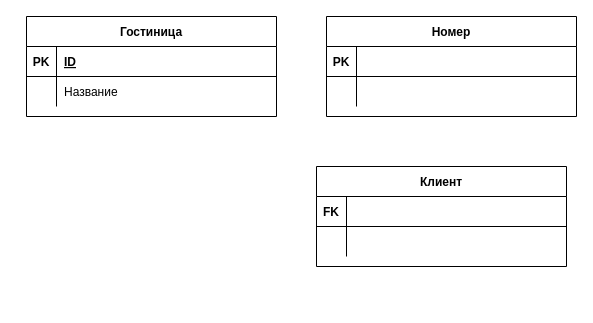
Above: Диаграмма без названия.drawio in Kolyan4ik228/Kolyan4ik228 (draw.io), before the change. Source tidied: cells renumbered, new cells numbered last; positions are measured from the earlier drawing's top-left corner, leaving out a move shared by most shapes. Both pictures are drawn from the tidied source at 100%, with x=0, y=0 at pixel (26, 16).
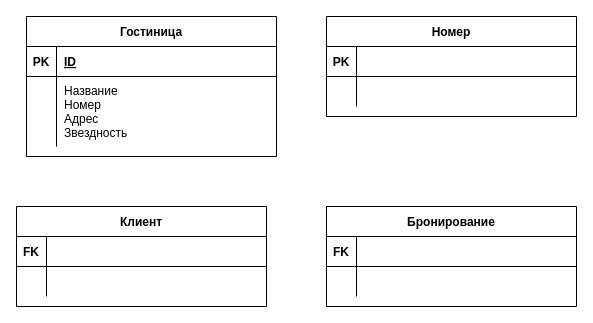
The same page after the edit.

What changed in the source:
```diff
@@
     <mxCell id="2" value="Гостиница" style="shape=table;startSize=30;childLayout=tableLayout;rowLines=0;fontStyle=1;align=center;" parent="1" vertex="1">
-      <mxGeometry width="250" height="100" as="geometry" />
+      <mxGeometry width="250" height="140" as="geometry" />
     </mxCell>
@@
     <mxCell id="6" style="shape=partialRectangle;fillColor=none;top=0;left=0;right=0;bottom=0;" parent="2" vertex="1">
-      <mxGeometry y="60" width="250" height="30" as="geometry" />
+      <mxGeometry y="60" width="250" height="70" as="geometry" />
     </mxCell>
     <mxCell id="7" style="shape=partialRectangle;overflow=hidden;fillColor=none;top=0;left=0;bottom=0;right=0;" parent="6" vertex="1">
-      <mxGeometry width="30" height="30" as="geometry" />
+      <mxGeometry width="30" height="70" as="geometry" />
     </mxCell>
-    <mxCell id="8" value="Название" style="shape=partialRectangle;overflow=hidden;fillColor=none;top=0;left=0;bottom=0;right=0;align=left;spacingLeft=6;" parent="6" vertex="1">
-      <mxGeometry x="30" width="220" height="30" as="geometry" />
+    <mxCell id="8" value="Название&#10;Номер&#10;Адрес&#10;Звездность" style="shape=partialRectangle;overflow=hidden;fillColor=none;top=0;left=0;bottom=0;right=0;align=left;spacingLeft=6;" parent="6" vertex="1">
+      <mxGeometry x="30" width="220" height="70" as="geometry" />
     </mxCell>
@@
     <mxCell id="16" value="Клиент" style="shape=table;startSize=30;childLayout=tableLayout;rowLines=0;fontStyle=1;align=center;" parent="1" vertex="1">
-      <mxGeometry x="290" y="150" width="250" height="100" as="geometry" />
+      <mxGeometry x="-10" y="190" width="250" height="100" as="geometry" />
     </mxCell>
@@
+    <mxCell id="23" value="Бронирование" style="shape=table;startSize=30;childLayout=tableLayout;rowLines=0;fontStyle=1;align=center;" parent="1" vertex="1">
+      <mxGeometry x="300" y="190" width="250" height="100" as="geometry" />
+    </mxCell>
+    <mxCell id="24" style="shape=partialRectangle;fillColor=none;top=0;left=0;right=0;bottom=1;" parent="23" vertex="1">
+      <mxGeometry y="30" width="250" height="30" as="geometry" />
+    </mxCell>
+    <mxCell id="25" value="FK" style="shape=partialRectangle;overflow=hidden;fillColor=none;top=0;left=0;bottom=0;right=0;fontStyle=1;" parent="24" vertex="1">
+      <mxGeometry width="30" height="30" as="geometry" />
+    </mxCell>
+    <mxCell id="26" style="shape=partialRectangle;overflow=hidden;fillColor=none;top=0;left=0;bottom=0;right=0;align=left;spacingLeft=6;fontStyle=5;" parent="24" vertex="1">
+      <mxGeometry x="30" width="220" height="30" as="geometry" />
+    </mxCell>
+    <mxCell id="27" style="shape=partialRectangle;fillColor=none;top=0;left=0;right=0;bottom=0;" parent="23" vertex="1">
+      <mxGeometry y="60" width="250" height="30" as="geometry" />
+    </mxCell>
+    <mxCell id="28" style="shape=partialRectangle;overflow=hidden;fillColor=none;top=0;left=0;bottom=0;right=0;" parent="27" vertex="1">
+      <mxGeometry width="30" height="30" as="geometry" />
+    </mxCell>
+    <mxCell id="29" style="shape=partialRectangle;overflow=hidden;fillColor=none;top=0;left=0;bottom=0;right=0;align=left;spacingLeft=6;" parent="27" vertex="1">
+      <mxGeometry x="30" width="220" height="30" as="geometry" />
+    </mxCell>
```
